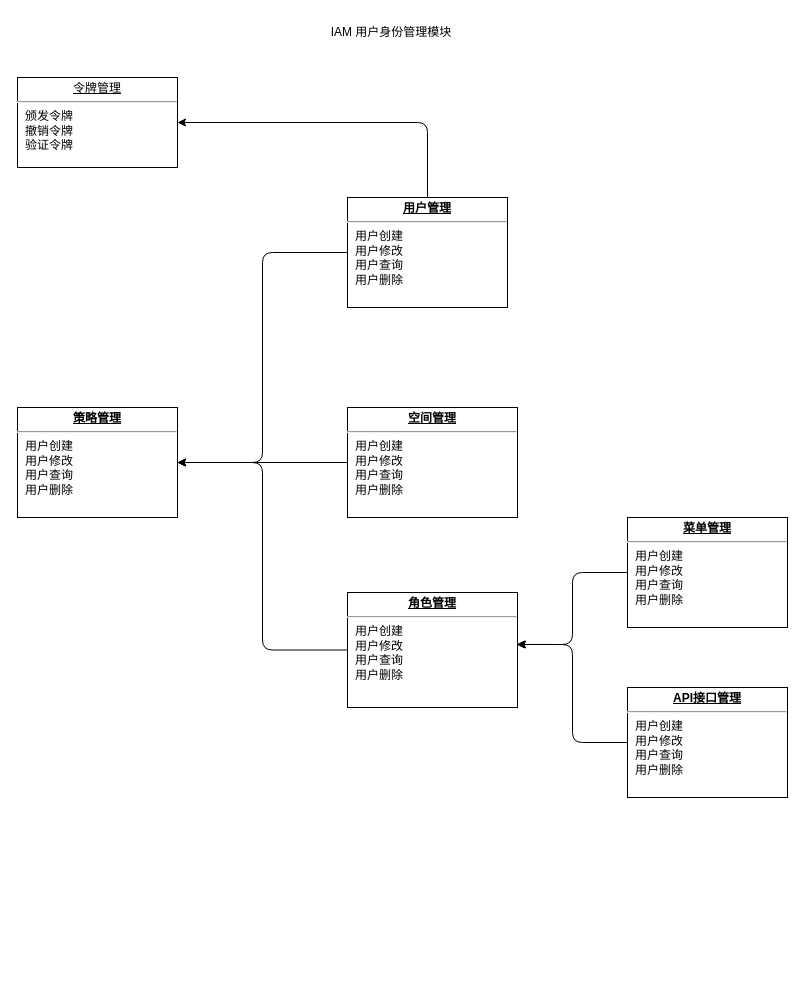
infraboard/modules keeps this draw.io diagram as iam/docs/arch.drawio. Above is the earlier version. Source tidied: cells renumbered, new cells numbered last; positions are measured from the earlier drawing's top-left corner, leaving out a move shared by most shapes. Both pictures are drawn from the tidied source at 100%, with x=0, y=0 at pixel (17, 17).
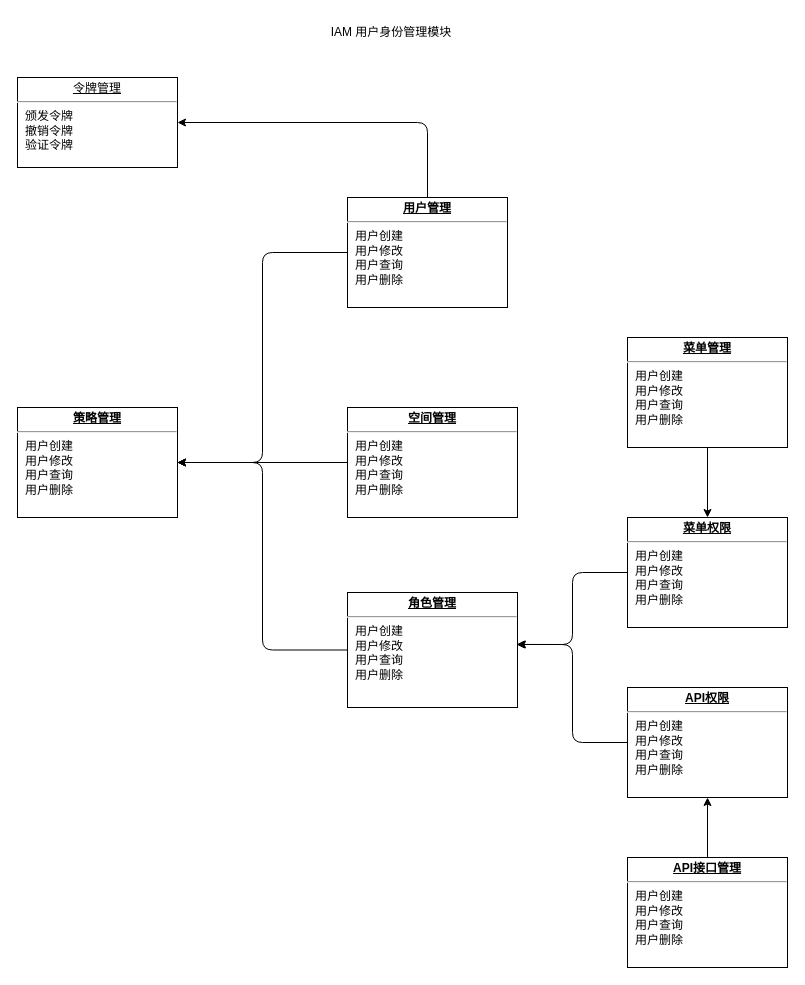
After the change.

The edit, as a diff of the source:
```diff
@@
 <mxGraphModel>
   <root>
     <mxCell id="0" />
     <mxCell id="1" parent="0" />
     <mxCell id="2" style="edgeStyle=orthogonalEdgeStyle;html=1;exitX=0;exitY=0.5;exitDx=0;exitDy=0;entryX=1;entryY=0.5;entryDx=0;entryDy=0;" parent="1" edge="1" source="4" target="11">
       <mxGeometry relative="1" as="geometry" />
     </mxCell>
     <mxCell id="3" style="edgeStyle=orthogonalEdgeStyle;html=1;exitX=0.5;exitY=0;exitDx=0;exitDy=0;entryX=1;entryY=0.5;entryDx=0;entryDy=0;" parent="1" edge="1" source="4" target="5">
       <mxGeometry relative="1" as="geometry" />
     </mxCell>
     <mxCell id="4" value="&lt;p style=&quot;margin:0px;margin-top:4px;text-align:center;text-decoration:underline;&quot;&gt;&lt;b&gt;用户管理&lt;/b&gt;&lt;/p&gt;&lt;hr&gt;&lt;p style=&quot;margin:0px;margin-left:8px;&quot;&gt;用户创建&lt;/p&gt;&lt;p style=&quot;margin:0px;margin-left:8px;&quot;&gt;用户修改&lt;/p&gt;&lt;p style=&quot;margin:0px;margin-left:8px;&quot;&gt;用户查询&lt;/p&gt;&lt;p style=&quot;margin:0px;margin-left:8px;&quot;&gt;用户删除&lt;/p&gt;" style="verticalAlign=top;align=left;overflow=fill;fontSize=12;fontFamily=Helvetica;html=1;" parent="1" vertex="1">
       <mxGeometry x="330" y="180" width="160" height="110" as="geometry" />
     </mxCell>
     <mxCell id="5" value="&lt;p style=&quot;margin:0px;margin-top:4px;text-align:center;text-decoration:underline;&quot;&gt;令牌管理&lt;/p&gt;&lt;hr&gt;&lt;p style=&quot;margin:0px;margin-left:8px;&quot;&gt;颁发令牌&lt;/p&gt;&lt;p style=&quot;margin:0px;margin-left:8px;&quot;&gt;撤销令牌&lt;/p&gt;&lt;p style=&quot;margin:0px;margin-left:8px;&quot;&gt;验证令牌&lt;br&gt;&lt;/p&gt;" style="verticalAlign=top;align=left;overflow=fill;fontSize=12;fontFamily=Helvetica;html=1;" parent="1" vertex="1">
       <mxGeometry y="60" width="160" height="90" as="geometry" />
     </mxCell>
     <mxCell id="6" value="IAM 用户身份管理模块" style="text;html=1;strokeColor=none;fillColor=none;align=center;verticalAlign=middle;whiteSpace=wrap;rounded=0;" parent="1" vertex="1">
       <mxGeometry x="294" width="160" height="30" as="geometry" />
     </mxCell>
     <mxCell id="7" style="edgeStyle=orthogonalEdgeStyle;html=1;exitX=0;exitY=0.5;exitDx=0;exitDy=0;entryX=1;entryY=0.5;entryDx=0;entryDy=0;" parent="1" edge="1" source="8" target="11">
       <mxGeometry relative="1" as="geometry" />
     </mxCell>
     <mxCell id="8" value="&lt;p style=&quot;margin:0px;margin-top:4px;text-align:center;text-decoration:underline;&quot;&gt;&lt;b&gt;角色管理&lt;/b&gt;&lt;/p&gt;&lt;hr&gt;&lt;p style=&quot;margin:0px;margin-left:8px;&quot;&gt;用户创建&lt;/p&gt;&lt;p style=&quot;margin:0px;margin-left:8px;&quot;&gt;用户修改&lt;/p&gt;&lt;p style=&quot;margin:0px;margin-left:8px;&quot;&gt;用户查询&lt;/p&gt;&lt;p style=&quot;margin:0px;margin-left:8px;&quot;&gt;用户删除&lt;/p&gt;" style="verticalAlign=top;align=left;overflow=fill;fontSize=12;fontFamily=Helvetica;html=1;" parent="1" vertex="1">
       <mxGeometry x="330" y="575" width="170" height="115" as="geometry" />
     </mxCell>
     <mxCell id="9" style="edgeStyle=orthogonalEdgeStyle;html=1;exitX=0;exitY=0.5;exitDx=0;exitDy=0;entryX=1;entryY=0.5;entryDx=0;entryDy=0;" parent="1" edge="1" source="10" target="11">
       <mxGeometry relative="1" as="geometry" />
     </mxCell>
     <mxCell id="10" value="&lt;p style=&quot;margin:0px;margin-top:4px;text-align:center;text-decoration:underline;&quot;&gt;&lt;b&gt;空间管理&lt;/b&gt;&lt;/p&gt;&lt;hr&gt;&lt;p style=&quot;margin:0px;margin-left:8px;&quot;&gt;用户创建&lt;/p&gt;&lt;p style=&quot;margin:0px;margin-left:8px;&quot;&gt;用户修改&lt;/p&gt;&lt;p style=&quot;margin:0px;margin-left:8px;&quot;&gt;用户查询&lt;/p&gt;&lt;p style=&quot;margin:0px;margin-left:8px;&quot;&gt;用户删除&lt;/p&gt;" style="verticalAlign=top;align=left;overflow=fill;fontSize=12;fontFamily=Helvetica;html=1;" parent="1" vertex="1">
       <mxGeometry x="330" y="390" width="170" height="110" as="geometry" />
     </mxCell>
     <mxCell id="11" value="&lt;p style=&quot;margin:0px;margin-top:4px;text-align:center;text-decoration:underline;&quot;&gt;&lt;b&gt;策略管理&lt;/b&gt;&lt;/p&gt;&lt;hr&gt;&lt;p style=&quot;margin:0px;margin-left:8px;&quot;&gt;用户创建&lt;/p&gt;&lt;p style=&quot;margin:0px;margin-left:8px;&quot;&gt;用户修改&lt;/p&gt;&lt;p style=&quot;margin:0px;margin-left:8px;&quot;&gt;用户查询&lt;/p&gt;&lt;p style=&quot;margin:0px;margin-left:8px;&quot;&gt;用户删除&lt;/p&gt;" style="verticalAlign=top;align=left;overflow=fill;fontSize=12;fontFamily=Helvetica;html=1;" parent="1" vertex="1">
       <mxGeometry y="390" width="160" height="110" as="geometry" />
     </mxCell>
     <mxCell id="12" style="edgeStyle=orthogonalEdgeStyle;html=1;exitX=0;exitY=0.5;exitDx=0;exitDy=0;entryX=0.994;entryY=0.452;entryDx=0;entryDy=0;entryPerimeter=0;" parent="1" edge="1" source="13" target="8">
       <mxGeometry relative="1" as="geometry" />
     </mxCell>
-    <mxCell id="13" value="&lt;p style=&quot;margin:0px;margin-top:4px;text-align:center;text-decoration:underline;&quot;&gt;&lt;b&gt;菜单管理&lt;/b&gt;&lt;/p&gt;&lt;hr&gt;&lt;p style=&quot;margin:0px;margin-left:8px;&quot;&gt;用户创建&lt;/p&gt;&lt;p style=&quot;margin:0px;margin-left:8px;&quot;&gt;用户修改&lt;/p&gt;&lt;p style=&quot;margin:0px;margin-left:8px;&quot;&gt;用户查询&lt;/p&gt;&lt;p style=&quot;margin:0px;margin-left:8px;&quot;&gt;用户删除&lt;/p&gt;" style="verticalAlign=top;align=left;overflow=fill;fontSize=12;fontFamily=Helvetica;html=1;" parent="1" vertex="1">
+    <mxCell id="13" value="&lt;p style=&quot;margin:0px;margin-top:4px;text-align:center;text-decoration:underline;&quot;&gt;&lt;b&gt;菜单权限&lt;/b&gt;&lt;/p&gt;&lt;hr&gt;&lt;p style=&quot;margin:0px;margin-left:8px;&quot;&gt;用户创建&lt;/p&gt;&lt;p style=&quot;margin:0px;margin-left:8px;&quot;&gt;用户修改&lt;/p&gt;&lt;p style=&quot;margin:0px;margin-left:8px;&quot;&gt;用户查询&lt;/p&gt;&lt;p style=&quot;margin:0px;margin-left:8px;&quot;&gt;用户删除&lt;/p&gt;" style="verticalAlign=top;align=left;overflow=fill;fontSize=12;fontFamily=Helvetica;html=1;" parent="1" vertex="1">
       <mxGeometry x="610" y="500" width="160" height="110" as="geometry" />
     </mxCell>
     <mxCell id="14" style="edgeStyle=orthogonalEdgeStyle;html=1;exitX=0;exitY=0.5;exitDx=0;exitDy=0;entryX=1;entryY=0.452;entryDx=0;entryDy=0;entryPerimeter=0;" parent="1" edge="1" source="15" target="8">
       <mxGeometry relative="1" as="geometry" />
     </mxCell>
-    <mxCell id="15" value="&lt;p style=&quot;margin:0px;margin-top:4px;text-align:center;text-decoration:underline;&quot;&gt;&lt;b&gt;API接口管理&lt;/b&gt;&lt;/p&gt;&lt;hr&gt;&lt;p style=&quot;margin:0px;margin-left:8px;&quot;&gt;用户创建&lt;/p&gt;&lt;p style=&quot;margin:0px;margin-left:8px;&quot;&gt;用户修改&lt;/p&gt;&lt;p style=&quot;margin:0px;margin-left:8px;&quot;&gt;用户查询&lt;/p&gt;&lt;p style=&quot;margin:0px;margin-left:8px;&quot;&gt;用户删除&lt;/p&gt;" style="verticalAlign=top;align=left;overflow=fill;fontSize=12;fontFamily=Helvetica;html=1;" parent="1" vertex="1">
+    <mxCell id="15" value="&lt;p style=&quot;margin:0px;margin-top:4px;text-align:center;text-decoration:underline;&quot;&gt;&lt;b&gt;API权限&lt;/b&gt;&lt;/p&gt;&lt;hr&gt;&lt;p style=&quot;margin:0px;margin-left:8px;&quot;&gt;用户创建&lt;/p&gt;&lt;p style=&quot;margin:0px;margin-left:8px;&quot;&gt;用户修改&lt;/p&gt;&lt;p style=&quot;margin:0px;margin-left:8px;&quot;&gt;用户查询&lt;/p&gt;&lt;p style=&quot;margin:0px;margin-left:8px;&quot;&gt;用户删除&lt;/p&gt;" style="verticalAlign=top;align=left;overflow=fill;fontSize=12;fontFamily=Helvetica;html=1;" parent="1" vertex="1">
       <mxGeometry x="610" y="670" width="160" height="110" as="geometry" />
     </mxCell>
+    <mxCell id="16" style="edgeStyle=none;html=1;exitX=0.5;exitY=0;exitDx=0;exitDy=0;entryX=0.5;entryY=1;entryDx=0;entryDy=0;" parent="1" edge="1" source="17" target="15">
+      <mxGeometry relative="1" as="geometry" />
+    </mxCell>
+    <mxCell id="17" value="&lt;p style=&quot;margin:0px;margin-top:4px;text-align:center;text-decoration:underline;&quot;&gt;&lt;b&gt;API接口管理&lt;/b&gt;&lt;/p&gt;&lt;hr&gt;&lt;p style=&quot;margin:0px;margin-left:8px;&quot;&gt;用户创建&lt;/p&gt;&lt;p style=&quot;margin:0px;margin-left:8px;&quot;&gt;用户修改&lt;/p&gt;&lt;p style=&quot;margin:0px;margin-left:8px;&quot;&gt;用户查询&lt;/p&gt;&lt;p style=&quot;margin:0px;margin-left:8px;&quot;&gt;用户删除&lt;/p&gt;" style="verticalAlign=top;align=left;overflow=fill;fontSize=12;fontFamily=Helvetica;html=1;" parent="1" vertex="1">
+      <mxGeometry x="610" y="840" width="160" height="110" as="geometry" />
+    </mxCell>
+    <mxCell id="18" style="edgeStyle=none;html=1;exitX=0.5;exitY=1;exitDx=0;exitDy=0;entryX=0.5;entryY=0;entryDx=0;entryDy=0;" parent="1" edge="1" source="19" target="13">
+      <mxGeometry relative="1" as="geometry" />
+    </mxCell>
+    <mxCell id="19" value="&lt;p style=&quot;margin:0px;margin-top:4px;text-align:center;text-decoration:underline;&quot;&gt;&lt;b&gt;菜单管理&lt;/b&gt;&lt;/p&gt;&lt;hr&gt;&lt;p style=&quot;margin:0px;margin-left:8px;&quot;&gt;用户创建&lt;/p&gt;&lt;p style=&quot;margin:0px;margin-left:8px;&quot;&gt;用户修改&lt;/p&gt;&lt;p style=&quot;margin:0px;margin-left:8px;&quot;&gt;用户查询&lt;/p&gt;&lt;p style=&quot;margin:0px;margin-left:8px;&quot;&gt;用户删除&lt;/p&gt;" style="verticalAlign=top;align=left;overflow=fill;fontSize=12;fontFamily=Helvetica;html=1;" parent="1" vertex="1">
+      <mxGeometry x="610" y="320" width="160" height="110" as="geometry" />
+    </mxCell>
   </root>
 </mxGraphModel>
```
